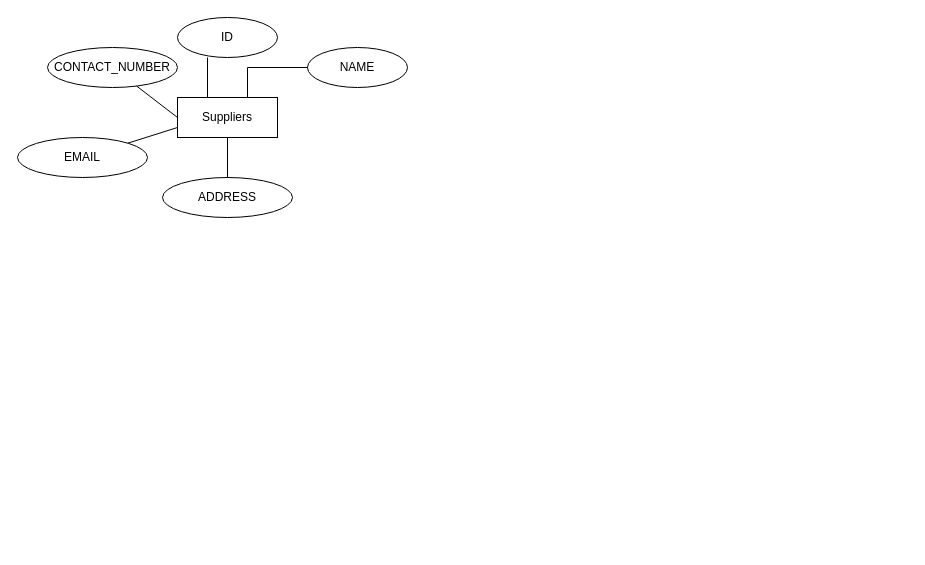
Earlier version of the draw.io diagram Proper Pharmacy.drawio (Blazeleo/GameDB). Source tidied: cells renumbered, new cells numbered last; positions are measured from the earlier drawing's top-left corner, leaving out a move shared by most shapes. Both pictures are drawn from the tidied source at 100%, with x=0, y=0 at pixel (17, 17).
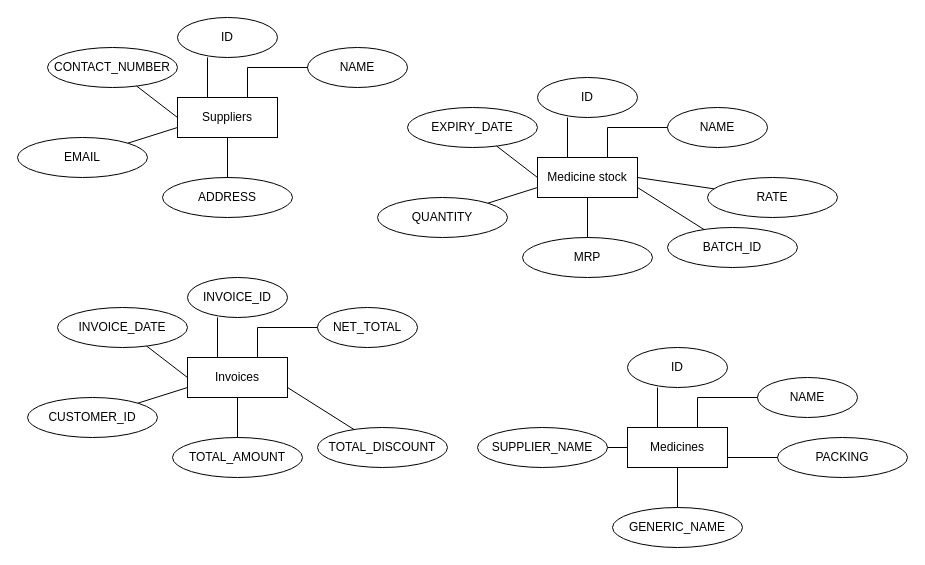
The same diagram, later.

What changed in the source:
```diff
@@
+    <mxCell id="13" value="Invoices" style="whiteSpace=wrap;html=1;align=center;" parent="1" vertex="1">
+      <mxGeometry x="170" y="340" width="100" height="40" as="geometry" />
+    </mxCell>
+    <mxCell id="14" value="INVOICE_ID" style="ellipse;whiteSpace=wrap;html=1;align=center;" parent="1" vertex="1">
+      <mxGeometry x="170" y="260" width="100" height="40" as="geometry" />
+    </mxCell>
+    <mxCell id="15" value="NET_TOTAL" style="ellipse;whiteSpace=wrap;html=1;align=center;" parent="1" vertex="1">
+      <mxGeometry x="300" y="290" width="100" height="40" as="geometry" />
+    </mxCell>
+    <mxCell id="16" style="endArrow=none;html=1;rounded=0;entryX=0.3;entryY=1;entryDx=0;entryDy=0;entryPerimeter=0;exitX=0.3;exitY=0;exitDx=0;exitDy=0;exitPerimeter=0;" parent="1" edge="1" source="13" target="14">
+      <mxGeometry relative="1" as="geometry" />
+    </mxCell>
+    <mxCell id="17" style="endArrow=none;html=1;rounded=0;entryX=0;entryY=0.5;entryDx=0;entryDy=0;exitX=0.7;exitY=0;exitDx=0;exitDy=0;exitPerimeter=0;" parent="1" edge="1" source="13" target="15">
+      <mxGeometry relative="1" as="geometry">
+        <Array as="points">
+          <mxPoint x="240" y="310" />
+        </Array>
+      </mxGeometry>
+    </mxCell>
+    <mxCell id="18" value="INVOICE_DATE" style="ellipse;whiteSpace=wrap;html=1;align=center;" parent="1" vertex="1">
+      <mxGeometry x="40" y="290" width="130" height="40" as="geometry" />
+    </mxCell>
+    <mxCell id="19" style="endArrow=none;html=1;rounded=0;exitX=0;exitY=0.5;exitDx=0;exitDy=0;" parent="1" edge="1" source="13" target="18">
+      <mxGeometry relative="1" as="geometry" />
+    </mxCell>
+    <mxCell id="20" value="CUSTOMER_ID" style="ellipse;whiteSpace=wrap;html=1;align=center;" parent="1" vertex="1">
+      <mxGeometry x="10" y="380" width="130" height="40" as="geometry" />
+    </mxCell>
+    <mxCell id="21" style="endArrow=none;html=1;rounded=0;exitX=0;exitY=0.75;exitDx=0;exitDy=0;" parent="1" edge="1" source="13" target="20">
+      <mxGeometry relative="1" as="geometry" />
+    </mxCell>
+    <mxCell id="22" value="TOTAL_AMOUNT" style="ellipse;whiteSpace=wrap;html=1;align=center;" parent="1" vertex="1">
+      <mxGeometry x="155" y="420" width="130" height="40" as="geometry" />
+    </mxCell>
+    <mxCell id="23" style="endArrow=none;html=1;rounded=0;exitX=0.5;exitY=1;exitDx=0;exitDy=0;" parent="1" edge="1" source="13" target="22">
+      <mxGeometry relative="1" as="geometry" />
+    </mxCell>
+    <mxCell id="24" value="TOTAL_DISCOUNT" style="ellipse;whiteSpace=wrap;html=1;align=center;" parent="1" vertex="1">
+      <mxGeometry x="300" y="410" width="130" height="40" as="geometry" />
+    </mxCell>
+    <mxCell id="25" style="endArrow=none;html=1;rounded=0;exitX=1;exitY=0.75;exitDx=0;exitDy=0;" parent="1" edge="1" source="13" target="24">
+      <mxGeometry relative="1" as="geometry" />
+    </mxCell>
+    <mxCell id="26" value="Medicine stock" style="whiteSpace=wrap;html=1;align=center;" parent="1" vertex="1">
+      <mxGeometry x="520" y="140" width="100" height="40" as="geometry" />
+    </mxCell>
+    <mxCell id="27" value="ID" style="ellipse;whiteSpace=wrap;html=1;align=center;" parent="1" vertex="1">
+      <mxGeometry x="520" y="60" width="100" height="40" as="geometry" />
+    </mxCell>
+    <mxCell id="28" value="NAME" style="ellipse;whiteSpace=wrap;html=1;align=center;" parent="1" vertex="1">
+      <mxGeometry x="650" y="90" width="100" height="40" as="geometry" />
+    </mxCell>
+    <mxCell id="29" style="endArrow=none;html=1;rounded=0;entryX=0.3;entryY=1;entryDx=0;entryDy=0;entryPerimeter=0;exitX=0.3;exitY=0;exitDx=0;exitDy=0;exitPerimeter=0;" parent="1" edge="1" source="26" target="27">
+      <mxGeometry relative="1" as="geometry" />
+    </mxCell>
+    <mxCell id="30" style="endArrow=none;html=1;rounded=0;entryX=0;entryY=0.5;entryDx=0;entryDy=0;exitX=0.7;exitY=0;exitDx=0;exitDy=0;exitPerimeter=0;" parent="1" edge="1" source="26" target="28">
+      <mxGeometry relative="1" as="geometry">
+        <Array as="points">
+          <mxPoint x="590" y="110" />
+        </Array>
+      </mxGeometry>
+    </mxCell>
+    <mxCell id="31" value="EXPIRY_DATE" style="ellipse;whiteSpace=wrap;html=1;align=center;" parent="1" vertex="1">
+      <mxGeometry x="390" y="90" width="130" height="40" as="geometry" />
+    </mxCell>
+    <mxCell id="32" style="endArrow=none;html=1;rounded=0;exitX=0;exitY=0.5;exitDx=0;exitDy=0;" parent="1" edge="1" source="26" target="31">
+      <mxGeometry relative="1" as="geometry" />
+    </mxCell>
+    <mxCell id="33" value="QUANTITY" style="ellipse;whiteSpace=wrap;html=1;align=center;" parent="1" vertex="1">
+      <mxGeometry x="360" y="180" width="130" height="40" as="geometry" />
+    </mxCell>
+    <mxCell id="34" style="endArrow=none;html=1;rounded=0;exitX=0;exitY=0.75;exitDx=0;exitDy=0;" parent="1" edge="1" source="26" target="33">
+      <mxGeometry relative="1" as="geometry" />
+    </mxCell>
+    <mxCell id="35" value="MRP" style="ellipse;whiteSpace=wrap;html=1;align=center;" parent="1" vertex="1">
+      <mxGeometry x="505" y="220" width="130" height="40" as="geometry" />
+    </mxCell>
+    <mxCell id="36" style="endArrow=none;html=1;rounded=0;exitX=0.5;exitY=1;exitDx=0;exitDy=0;" parent="1" edge="1" source="26" target="35">
+      <mxGeometry relative="1" as="geometry" />
+    </mxCell>
+    <mxCell id="37" value="BATCH_ID" style="ellipse;whiteSpace=wrap;html=1;align=center;" parent="1" vertex="1">
+      <mxGeometry x="650" y="210" width="130" height="40" as="geometry" />
+    </mxCell>
+    <mxCell id="38" style="endArrow=none;html=1;rounded=0;exitX=1;exitY=0.75;exitDx=0;exitDy=0;" parent="1" edge="1" source="26" target="37">
+      <mxGeometry relative="1" as="geometry" />
+    </mxCell>
+    <mxCell id="39" value="RATE" style="ellipse;whiteSpace=wrap;html=1;align=center;" parent="1" vertex="1">
+      <mxGeometry x="690" y="160" width="130" height="40" as="geometry" />
+    </mxCell>
+    <mxCell id="40" style="endArrow=none;html=1;rounded=0;exitX=1;exitY=0.5;exitDx=0;exitDy=0;" parent="1" edge="1" source="26" target="39">
+      <mxGeometry relative="1" as="geometry" />
+    </mxCell>
+    <mxCell id="41" value="Medicines" style="whiteSpace=wrap;html=1;align=center;" parent="1" vertex="1">
+      <mxGeometry x="610" y="410" width="100" height="40" as="geometry" />
+    </mxCell>
+    <mxCell id="42" value="ID" style="ellipse;whiteSpace=wrap;html=1;align=center;" parent="1" vertex="1">
+      <mxGeometry x="610" y="330" width="100" height="40" as="geometry" />
+    </mxCell>
+    <mxCell id="43" value="NAME" style="ellipse;whiteSpace=wrap;html=1;align=center;" parent="1" vertex="1">
+      <mxGeometry x="740" y="360" width="100" height="40" as="geometry" />
+    </mxCell>
+    <mxCell id="44" style="endArrow=none;html=1;rounded=0;entryX=0.3;entryY=1;entryDx=0;entryDy=0;entryPerimeter=0;exitX=0.3;exitY=0;exitDx=0;exitDy=0;exitPerimeter=0;" parent="1" edge="1" source="41" target="42">
+      <mxGeometry relative="1" as="geometry" />
+    </mxCell>
+    <mxCell id="45" style="endArrow=none;html=1;rounded=0;entryX=0;entryY=0.5;entryDx=0;entryDy=0;exitX=0.7;exitY=0;exitDx=0;exitDy=0;exitPerimeter=0;" parent="1" edge="1" source="41" target="43">
+      <mxGeometry relative="1" as="geometry">
+        <Array as="points">
+          <mxPoint x="680" y="380" />
+        </Array>
+      </mxGeometry>
+    </mxCell>
+    <mxCell id="46" value="SUPPLIER_NAME" style="ellipse;whiteSpace=wrap;html=1;align=center;" parent="1" vertex="1">
+      <mxGeometry x="460" y="410" width="130" height="40" as="geometry" />
+    </mxCell>
+    <mxCell id="47" style="endArrow=none;html=1;rounded=0;exitX=0;exitY=0.5;exitDx=0;exitDy=0;" parent="1" edge="1" source="41" target="46">
+      <mxGeometry relative="1" as="geometry" />
+    </mxCell>
+    <mxCell id="48" value="GENERIC_NAME" style="ellipse;whiteSpace=wrap;html=1;align=center;" parent="1" vertex="1">
+      <mxGeometry x="595" y="490" width="130" height="40" as="geometry" />
+    </mxCell>
+    <mxCell id="49" style="endArrow=none;html=1;rounded=0;exitX=0.5;exitY=1;exitDx=0;exitDy=0;" parent="1" edge="1" source="41" target="48">
+      <mxGeometry relative="1" as="geometry" />
+    </mxCell>
+    <mxCell id="50" value="PACKING" style="ellipse;whiteSpace=wrap;html=1;align=center;" parent="1" vertex="1">
+      <mxGeometry x="760" y="420" width="130" height="40" as="geometry" />
+    </mxCell>
+    <mxCell id="51" style="endArrow=none;html=1;rounded=0;exitX=1;exitY=0.75;exitDx=0;exitDy=0;" parent="1" edge="1" source="41" target="50">
+      <mxGeometry relative="1" as="geometry" />
+    </mxCell>
```
